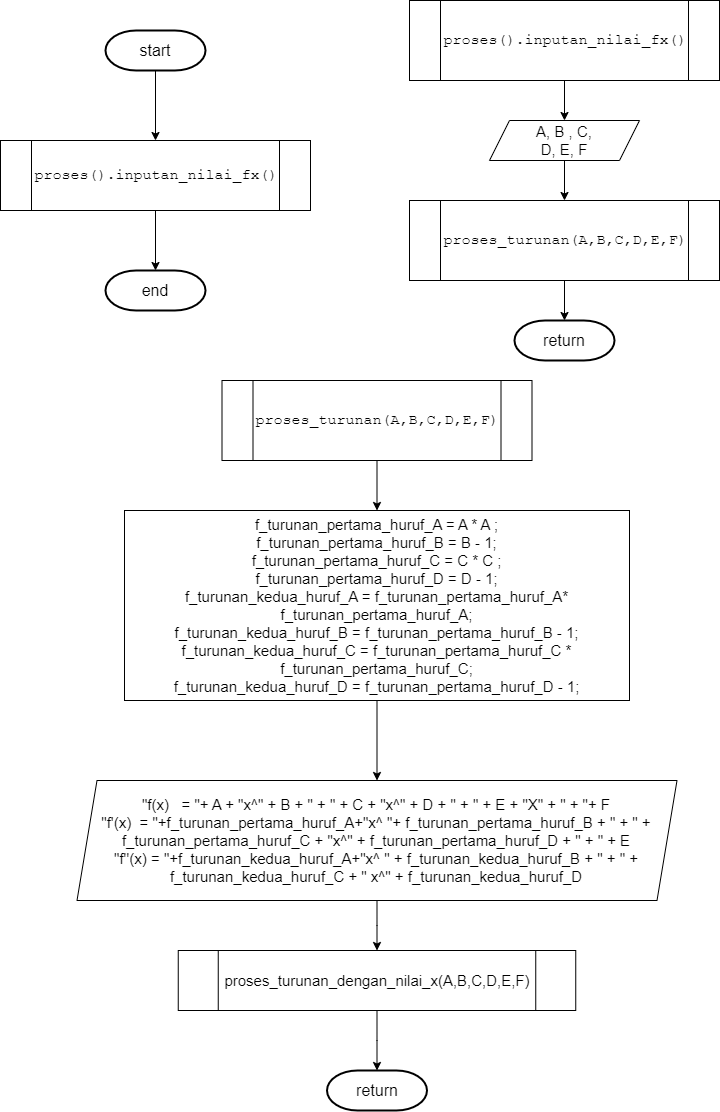
indyadirak/algoritma-newton-raptor keeps this draw.io diagram as Page/page 1.png. Above is the earlier version. Source tidied: cells renumbered, new cells last; positions are measured from the earlier drawing's top-left corner, leaving out a move shared by most shapes. Source of this version:
```xml
<mxGraphModel>
  <root>
    <mxCell id="0" />
    <mxCell id="1" parent="0" />
    <mxCell id="2" style="edgeStyle=orthogonalEdgeStyle;rounded=0;jettySize=auto;html=1;entryX=0.5;entryY=0;entryDx=0;entryDy=0;fontSize=15;" parent="1" edge="1" source="3" target="6">
      <mxGeometry relative="1" as="geometry" />
    </mxCell>
    <mxCell id="3" value="&lt;font style=&quot;font-size: 16px;&quot;&gt;start&lt;/font&gt;" style="strokeWidth=2;html=1;shape=mxgraph.flowchart.terminator;whiteSpace=wrap;" parent="1" vertex="1">
      <mxGeometry x="105" y="30" width="100" height="40" as="geometry" />
    </mxCell>
    <mxCell id="4" value="&lt;font style=&quot;font-size: 16px;&quot;&gt;end&lt;/font&gt;" style="strokeWidth=2;html=1;shape=mxgraph.flowchart.terminator;whiteSpace=wrap;" parent="1" vertex="1">
      <mxGeometry x="105" y="270" width="100" height="40" as="geometry" />
    </mxCell>
    <mxCell id="5" style="edgeStyle=orthogonalEdgeStyle;rounded=0;jettySize=auto;html=1;entryX=0.5;entryY=0;entryDx=0;entryDy=0;entryPerimeter=0;fontSize=15;" parent="1" edge="1" source="6" target="4">
      <mxGeometry relative="1" as="geometry" />
    </mxCell>
    <mxCell id="6" value="&lt;pre style=&quot;border-color: var(--border-color); font-size: 12px;&quot;&gt;&lt;font style=&quot;border-color: var(--border-color); background-color: rgb(255, 255, 255); font-size: 15px;&quot;&gt;proses().inputan_nilai_fx()&lt;/font&gt;&lt;/pre&gt;" style="shape=process;whiteSpace=wrap;html=1;backgroundOutline=1;fontSize=15;" parent="1" vertex="1">
      <mxGeometry y="140" width="310" height="70" as="geometry" />
    </mxCell>
    <mxCell id="7" style="edgeStyle=orthogonalEdgeStyle;rounded=0;jettySize=auto;html=1;fontSize=16;" parent="1" edge="1" source="8" target="10">
      <mxGeometry relative="1" as="geometry" />
    </mxCell>
    <mxCell id="8" value="&lt;pre style=&quot;border-color: var(--border-color); font-size: 12px;&quot;&gt;&lt;font style=&quot;border-color: var(--border-color); background-color: rgb(255, 255, 255); font-size: 15px;&quot;&gt;proses().inputan_nilai_fx()&lt;/font&gt;&lt;/pre&gt;" style="shape=process;whiteSpace=wrap;html=1;backgroundOutline=1;fontSize=15;" parent="1" vertex="1">
      <mxGeometry x="409" width="310" height="80" as="geometry" />
    </mxCell>
    <mxCell id="9" style="edgeStyle=orthogonalEdgeStyle;rounded=0;jettySize=auto;html=1;fontSize=16;" parent="1" edge="1" source="10" target="12">
      <mxGeometry relative="1" as="geometry" />
    </mxCell>
    <mxCell id="10" value="A, B , C, &lt;br&gt;D, E, F" style="shape=parallelogram;perimeter=parallelogramPerimeter;whiteSpace=wrap;html=1;fixedSize=1;fontSize=15;" parent="1" vertex="1">
      <mxGeometry x="489" y="120" width="150" height="40" as="geometry" />
    </mxCell>
    <mxCell id="11" style="edgeStyle=orthogonalEdgeStyle;rounded=0;jettySize=auto;html=1;fontSize=16;" parent="1" edge="1" source="12" target="13">
      <mxGeometry relative="1" as="geometry" />
    </mxCell>
    <mxCell id="12" value="&lt;pre style=&quot;border-color: var(--border-color); font-size: 12px;&quot;&gt;&lt;font style=&quot;border-color: var(--border-color); background-color: rgb(255, 255, 255); font-size: 15px;&quot;&gt;proses_turunan(A,B,C,D,E,F)&lt;/font&gt;&lt;/pre&gt;" style="shape=process;whiteSpace=wrap;html=1;backgroundOutline=1;fontSize=15;" parent="1" vertex="1">
      <mxGeometry x="409" y="200" width="310" height="80" as="geometry" />
    </mxCell>
    <mxCell id="13" value="&lt;font style=&quot;font-size: 16px;&quot;&gt;return&lt;/font&gt;" style="strokeWidth=2;html=1;shape=mxgraph.flowchart.terminator;whiteSpace=wrap;" parent="1" vertex="1">
      <mxGeometry x="514" y="320" width="100" height="40" as="geometry" />
    </mxCell>
    <mxCell id="14" style="edgeStyle=orthogonalEdgeStyle;rounded=0;jettySize=auto;html=1;fontSize=16;" parent="1" edge="1" source="15" target="17">
      <mxGeometry relative="1" as="geometry" />
    </mxCell>
    <mxCell id="15" value="&lt;pre style=&quot;border-color: var(--border-color); font-size: 12px;&quot;&gt;&lt;font style=&quot;border-color: var(--border-color); background-color: rgb(255, 255, 255); font-size: 15px;&quot;&gt;proses_turunan(A,B,C,D,E,F)&lt;/font&gt;&lt;/pre&gt;" style="shape=process;whiteSpace=wrap;html=1;backgroundOutline=1;fontSize=15;" parent="1" vertex="1">
      <mxGeometry x="221.5" y="380" width="310" height="80" as="geometry" />
    </mxCell>
    <mxCell id="16" style="edgeStyle=orthogonalEdgeStyle;rounded=0;jettySize=auto;html=1;entryX=0.5;entryY=0;entryDx=0;entryDy=0;fontSize=16;" parent="1" edge="1" source="17" target="19">
      <mxGeometry relative="1" as="geometry" />
    </mxCell>
    <mxCell id="17" value="&lt;div&gt;f_turunan_pertama_huruf_A = A * A ;&lt;/div&gt;&lt;div&gt;f_turunan_pertama_huruf_B = B - 1;&lt;/div&gt;&lt;div&gt;f_turunan_pertama_huruf_C = C * C ;&lt;/div&gt;&lt;div&gt;f_turunan_pertama_huruf_D = D - 1;&lt;/div&gt;&lt;div&gt;f_turunan_kedua_huruf_A = f_turunan_pertama_huruf_A* f_turunan_pertama_huruf_A;&lt;/div&gt;&lt;div&gt;f_turunan_kedua_huruf_B = f_turunan_pertama_huruf_B - 1;&lt;/div&gt;&lt;div&gt;f_turunan_kedua_huruf_C = f_turunan_pertama_huruf_C * f_turunan_pertama_huruf_C;&lt;/div&gt;&lt;div&gt;f_turunan_kedua_huruf_D = f_turunan_pertama_huruf_D - 1;&lt;/div&gt;" style="whiteSpace=wrap;html=1;fontSize=15;" parent="1" vertex="1">
      <mxGeometry x="124" y="510" width="505" height="190" as="geometry" />
    </mxCell>
    <mxCell id="18" style="edgeStyle=orthogonalEdgeStyle;rounded=0;jettySize=auto;html=1;fontSize=16;" parent="1" edge="1" source="19" target="21">
      <mxGeometry relative="1" as="geometry" />
    </mxCell>
    <mxCell id="19" value="&lt;div&gt;&quot;f(x)&amp;nbsp; &amp;nbsp;= &quot;+ A + &quot;x^&quot; + B + &quot; + &quot; + C + &quot;x^&quot; + D + &quot; + &quot; + E + &quot;X&quot; + &quot; + &quot;+ F&lt;/div&gt;&lt;div&gt;&quot;f'(x)&amp;nbsp; = &quot;+f_turunan_pertama_huruf_A+&quot;x^ &quot;+ f_turunan_pertama_huruf_B + &quot; + &quot; + f_turunan_pertama_huruf_C + &quot;x^&quot; + f_turunan_pertama_huruf_D + &quot; + &quot; + E&lt;/div&gt;&lt;div&gt;&quot;f''(x) = &quot;+f_turunan_kedua_huruf_A+&quot;x^ &quot; + f_turunan_kedua_huruf_B + &quot; + &quot; + f_turunan_kedua_huruf_C + &quot; x^&quot; + f_turunan_kedua_huruf_D&lt;/div&gt;" style="shape=parallelogram;perimeter=parallelogramPerimeter;whiteSpace=wrap;html=1;fixedSize=1;fontSize=15;" parent="1" vertex="1">
      <mxGeometry x="76.5" y="780" width="600" height="120" as="geometry" />
    </mxCell>
    <mxCell id="20" style="edgeStyle=orthogonalEdgeStyle;rounded=0;jettySize=auto;html=1;fontSize=16;" parent="1" edge="1" source="21" target="22">
      <mxGeometry relative="1" as="geometry" />
    </mxCell>
    <mxCell id="21" value="proses_turunan_dengan_nilai_x(A,B,C,D,E,F)" style="shape=process;whiteSpace=wrap;html=1;backgroundOutline=1;fontSize=15;" parent="1" vertex="1">
      <mxGeometry x="177.8" y="950" width="397.5" height="60" as="geometry" />
    </mxCell>
    <mxCell id="22" value="&lt;font style=&quot;font-size: 16px;&quot;&gt;return&lt;/font&gt;" style="strokeWidth=2;html=1;shape=mxgraph.flowchart.terminator;whiteSpace=wrap;" parent="1" vertex="1">
      <mxGeometry x="326.5" y="1070" width="100" height="40" as="geometry" />
    </mxCell>
  </root>
</mxGraphModel>
```
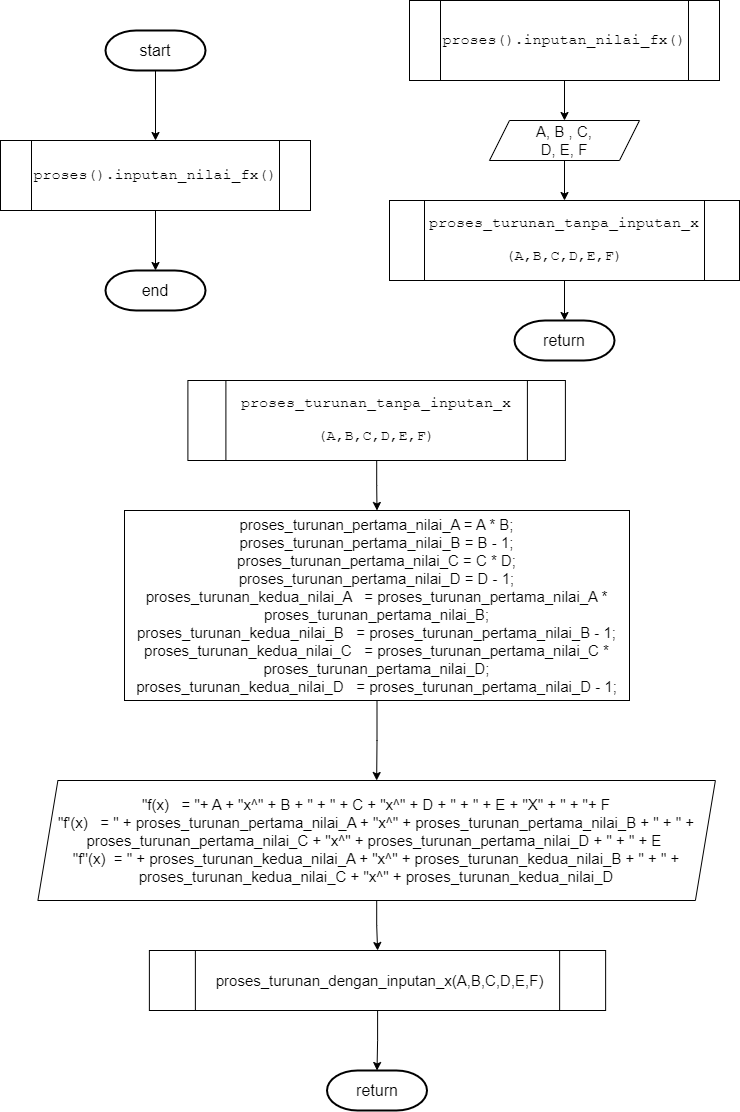
The same diagram one commit later.

Change to the diagram source:
```diff
@@ -32,8 +32,8 @@
     <mxCell id="11" style="edgeStyle=orthogonalEdgeStyle;rounded=0;jettySize=auto;html=1;fontSize=16;" parent="1" edge="1" source="12" target="13">
       <mxGeometry relative="1" as="geometry" />
     </mxCell>
-    <mxCell id="12" value="&lt;pre style=&quot;border-color: var(--border-color); font-size: 12px;&quot;&gt;&lt;font style=&quot;border-color: var(--border-color); background-color: rgb(255, 255, 255); font-size: 15px;&quot;&gt;proses_turunan(A,B,C,D,E,F)&lt;/font&gt;&lt;/pre&gt;" style="shape=process;whiteSpace=wrap;html=1;backgroundOutline=1;fontSize=15;" parent="1" vertex="1">
-      <mxGeometry x="409" y="200" width="310" height="80" as="geometry" />
+    <mxCell id="12" value="&lt;pre style=&quot;border-color: var(--border-color);&quot;&gt;&lt;font style=&quot;border-color: var(--border-color); background-color: rgb(255, 255, 255); font-size: 15px;&quot;&gt;proses_turunan&lt;/font&gt;_tanpa_inputan_x&lt;/pre&gt;&lt;pre style=&quot;border-color: var(--border-color);&quot;&gt;(A,B,C,D,E,F)&lt;/pre&gt;" style="shape=process;whiteSpace=wrap;html=1;backgroundOutline=1;fontSize=15;" parent="1" vertex="1">
+      <mxGeometry x="389" y="200" width="350" height="80" as="geometry" />
     </mxCell>
     <mxCell id="13" value="&lt;font style=&quot;font-size: 16px;&quot;&gt;return&lt;/font&gt;" style="strokeWidth=2;html=1;shape=mxgraph.flowchart.terminator;whiteSpace=wrap;" parent="1" vertex="1">
       <mxGeometry x="514" y="320" width="100" height="40" as="geometry" />
@@ -41,26 +41,26 @@
     <mxCell id="14" style="edgeStyle=orthogonalEdgeStyle;rounded=0;jettySize=auto;html=1;fontSize=16;" parent="1" edge="1" source="15" target="17">
       <mxGeometry relative="1" as="geometry" />
     </mxCell>
-    <mxCell id="15" value="&lt;pre style=&quot;border-color: var(--border-color); font-size: 12px;&quot;&gt;&lt;font style=&quot;border-color: var(--border-color); background-color: rgb(255, 255, 255); font-size: 15px;&quot;&gt;proses_turunan(A,B,C,D,E,F)&lt;/font&gt;&lt;/pre&gt;" style="shape=process;whiteSpace=wrap;html=1;backgroundOutline=1;fontSize=15;" parent="1" vertex="1">
-      <mxGeometry x="221.5" y="380" width="310" height="80" as="geometry" />
+    <mxCell id="15" value="&lt;pre style=&quot;border-color: var(--border-color); font-size: 12px;&quot;&gt;&lt;pre style=&quot;border-color: var(--border-color); font-size: 15px;&quot;&gt;&lt;font style=&quot;border-color: var(--border-color); background-color: rgb(255, 255, 255);&quot;&gt;proses_turunan&lt;/font&gt;_tanpa_inputan_x&lt;/pre&gt;&lt;pre style=&quot;border-color: var(--border-color); font-size: 15px;&quot;&gt;(A,B,C,D,E,F)&lt;/pre&gt;&lt;/pre&gt;" style="shape=process;whiteSpace=wrap;html=1;backgroundOutline=1;fontSize=15;" parent="1" vertex="1">
+      <mxGeometry x="187.4" y="380" width="377.5" height="80" as="geometry" />
     </mxCell>
     <mxCell id="16" style="edgeStyle=orthogonalEdgeStyle;rounded=0;jettySize=auto;html=1;entryX=0.5;entryY=0;entryDx=0;entryDy=0;fontSize=16;" parent="1" edge="1" source="17" target="19">
       <mxGeometry relative="1" as="geometry" />
     </mxCell>
-    <mxCell id="17" value="&lt;div&gt;f_turunan_pertama_huruf_A = A * A ;&lt;/div&gt;&lt;div&gt;f_turunan_pertama_huruf_B = B - 1;&lt;/div&gt;&lt;div&gt;f_turunan_pertama_huruf_C = C * C ;&lt;/div&gt;&lt;div&gt;f_turunan_pertama_huruf_D = D - 1;&lt;/div&gt;&lt;div&gt;f_turunan_kedua_huruf_A = f_turunan_pertama_huruf_A* f_turunan_pertama_huruf_A;&lt;/div&gt;&lt;div&gt;f_turunan_kedua_huruf_B = f_turunan_pertama_huruf_B - 1;&lt;/div&gt;&lt;div&gt;f_turunan_kedua_huruf_C = f_turunan_pertama_huruf_C * f_turunan_pertama_huruf_C;&lt;/div&gt;&lt;div&gt;f_turunan_kedua_huruf_D = f_turunan_pertama_huruf_D - 1;&lt;/div&gt;" style="whiteSpace=wrap;html=1;fontSize=15;" parent="1" vertex="1">
+    <mxCell id="17" value="&lt;div&gt;&lt;span style=&quot;font-size: 15px;&quot;&gt;proses_turunan_pertama_nilai_A = A * B;&lt;/span&gt;&lt;/div&gt;&lt;div&gt;&lt;span style=&quot;font-size: 15px;&quot;&gt;proses_turunan_pertama_nilai_B = B - 1;&lt;/span&gt;&lt;/div&gt;&lt;div&gt;&lt;span style=&quot;font-size: 15px;&quot;&gt;proses_turunan_pertama_nilai_C = C * D;&lt;/span&gt;&lt;/div&gt;&lt;div&gt;&lt;span style=&quot;font-size: 15px;&quot;&gt;proses_turunan_pertama_nilai_D = D - 1;&lt;/span&gt;&lt;/div&gt;&lt;div&gt;&lt;span style=&quot;font-size: 15px;&quot;&gt;proses_turunan_kedua_nilai_A&amp;nbsp; &amp;nbsp;= proses_turunan_pertama_nilai_A * proses_turunan_pertama_nilai_B;&lt;/span&gt;&lt;/div&gt;&lt;div&gt;&lt;span style=&quot;font-size: 15px;&quot;&gt;proses_turunan_kedua_nilai_B&amp;nbsp; &amp;nbsp;= proses_turunan_pertama_nilai_B - 1;&lt;/span&gt;&lt;/div&gt;&lt;div&gt;&lt;span style=&quot;font-size: 15px;&quot;&gt;proses_turunan_kedua_nilai_C&amp;nbsp; &amp;nbsp;= proses_turunan_pertama_nilai_C * proses_turunan_pertama_nilai_D;&lt;/span&gt;&lt;/div&gt;&lt;div&gt;&lt;span style=&quot;font-size: 15px;&quot;&gt;proses_turunan_kedua_nilai_D&amp;nbsp; &amp;nbsp;= proses_turunan_pertama_nilai_D - 1;&lt;/span&gt;&lt;/div&gt;" style="whiteSpace=wrap;html=1;fontSize=15;" parent="1" vertex="1">
       <mxGeometry x="124" y="510" width="505" height="190" as="geometry" />
     </mxCell>
     <mxCell id="18" style="edgeStyle=orthogonalEdgeStyle;rounded=0;jettySize=auto;html=1;fontSize=16;" parent="1" edge="1" source="19" target="21">
       <mxGeometry relative="1" as="geometry" />
     </mxCell>
-    <mxCell id="19" value="&lt;div&gt;&quot;f(x)&amp;nbsp; &amp;nbsp;= &quot;+ A + &quot;x^&quot; + B + &quot; + &quot; + C + &quot;x^&quot; + D + &quot; + &quot; + E + &quot;X&quot; + &quot; + &quot;+ F&lt;/div&gt;&lt;div&gt;&quot;f'(x)&amp;nbsp; = &quot;+f_turunan_pertama_huruf_A+&quot;x^ &quot;+ f_turunan_pertama_huruf_B + &quot; + &quot; + f_turunan_pertama_huruf_C + &quot;x^&quot; + f_turunan_pertama_huruf_D + &quot; + &quot; + E&lt;/div&gt;&lt;div&gt;&quot;f''(x) = &quot;+f_turunan_kedua_huruf_A+&quot;x^ &quot; + f_turunan_kedua_huruf_B + &quot; + &quot; + f_turunan_kedua_huruf_C + &quot; x^&quot; + f_turunan_kedua_huruf_D&lt;/div&gt;" style="shape=parallelogram;perimeter=parallelogramPerimeter;whiteSpace=wrap;html=1;fixedSize=1;fontSize=15;" parent="1" vertex="1">
-      <mxGeometry x="76.5" y="780" width="600" height="120" as="geometry" />
+    <mxCell id="19" value="&lt;div&gt;&quot;f(x)&amp;nbsp; &amp;nbsp;= &quot;+ A + &quot;x^&quot; + B + &quot; + &quot; + C + &quot;x^&quot; + D + &quot; + &quot; + E + &quot;X&quot; + &quot; + &quot;+ F&lt;/div&gt;&lt;span style=&quot;font-size: 15px;&quot;&gt;&quot;f'(x)&amp;nbsp; &amp;nbsp;= &quot; + proses_turunan_pertama_nilai_A + &quot;x^&quot; + proses_turunan_pertama_nilai_B + &quot; + &quot; + proses_turunan_pertama_nilai_C + &quot;x^&quot; + proses_turunan_pertama_nilai_D + &quot; + &quot; + E&amp;nbsp;&lt;/span&gt;&lt;div&gt;&lt;span style=&quot;font-size: 15px;&quot;&gt;&quot;f''(x)&amp;nbsp; = &quot; + proses_turunan_kedua_nilai_A + &quot;x^&quot; + proses_turunan_kedua_nilai_B + &quot; + &quot; + proses_turunan_kedua_nilai_C + &quot;x^&quot; + proses_turunan_kedua_nilai_D&lt;/span&gt;&lt;br&gt;&lt;/div&gt;" style="shape=parallelogram;perimeter=parallelogramPerimeter;whiteSpace=wrap;html=1;fixedSize=1;fontSize=15;" parent="1" vertex="1">
+      <mxGeometry x="37.4" y="780" width="677.5" height="120" as="geometry" />
     </mxCell>
     <mxCell id="20" style="edgeStyle=orthogonalEdgeStyle;rounded=0;jettySize=auto;html=1;fontSize=16;" parent="1" edge="1" source="21" target="22">
       <mxGeometry relative="1" as="geometry" />
     </mxCell>
-    <mxCell id="21" value="proses_turunan_dengan_nilai_x(A,B,C,D,E,F)" style="shape=process;whiteSpace=wrap;html=1;backgroundOutline=1;fontSize=15;" parent="1" vertex="1">
-      <mxGeometry x="177.8" y="950" width="397.5" height="60" as="geometry" />
+    <mxCell id="21" value="&amp;nbsp;proses_turunan_dengan_inputan_x(A,B,C,D,E,F)" style="shape=process;whiteSpace=wrap;html=1;backgroundOutline=1;fontSize=15;" parent="1" vertex="1">
+      <mxGeometry x="148.9" y="950" width="456.2" height="60" as="geometry" />
     </mxCell>
     <mxCell id="22" value="&lt;font style=&quot;font-size: 16px;&quot;&gt;return&lt;/font&gt;" style="strokeWidth=2;html=1;shape=mxgraph.flowchart.terminator;whiteSpace=wrap;" parent="1" vertex="1">
       <mxGeometry x="326.5" y="1070" width="100" height="40" as="geometry" />
```
